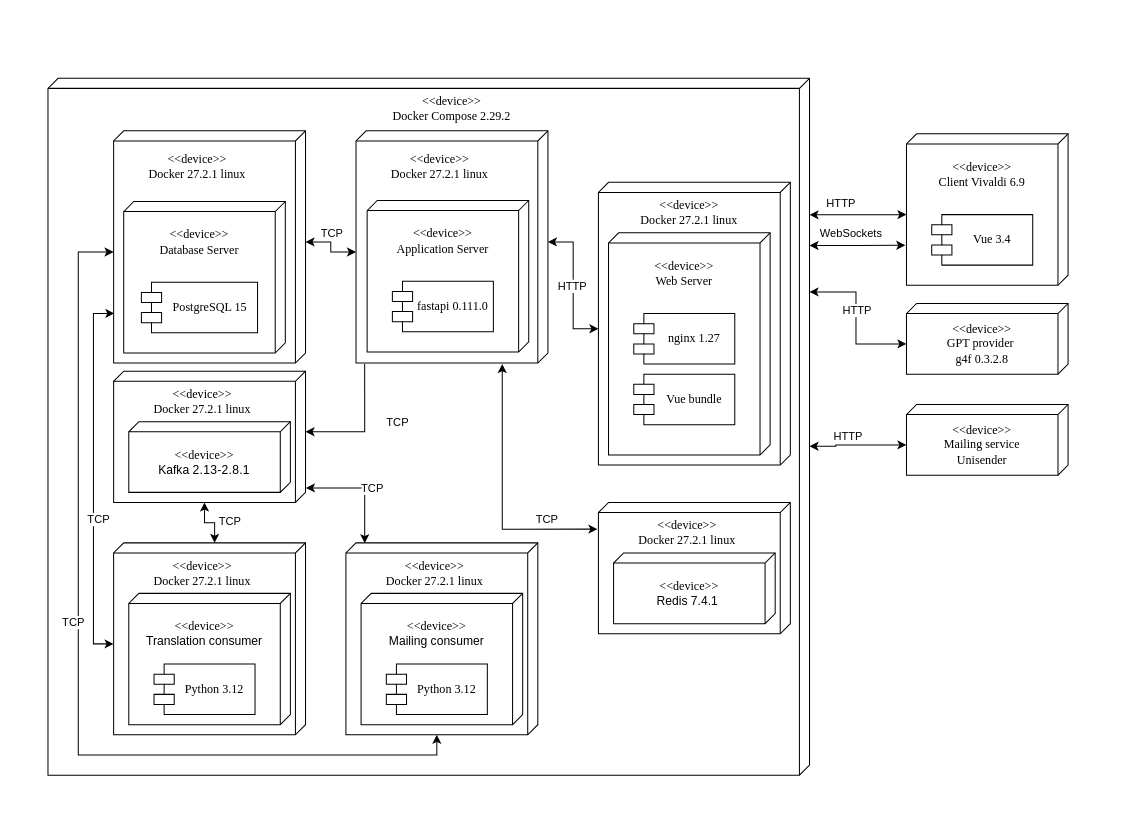
XoJIoDuJIHuK/7-term keeps this draw.io diagram as _curse/docs/architecture.drawio. Above is the earlier version. Source tidied: cells renumbered, new cells numbered last; positions are measured from the earlier drawing's top-left corner, leaving out a move shared by most shapes. Both pictures are drawn from the tidied source at 101%, with x=0, y=0 at pixel (47, 78).
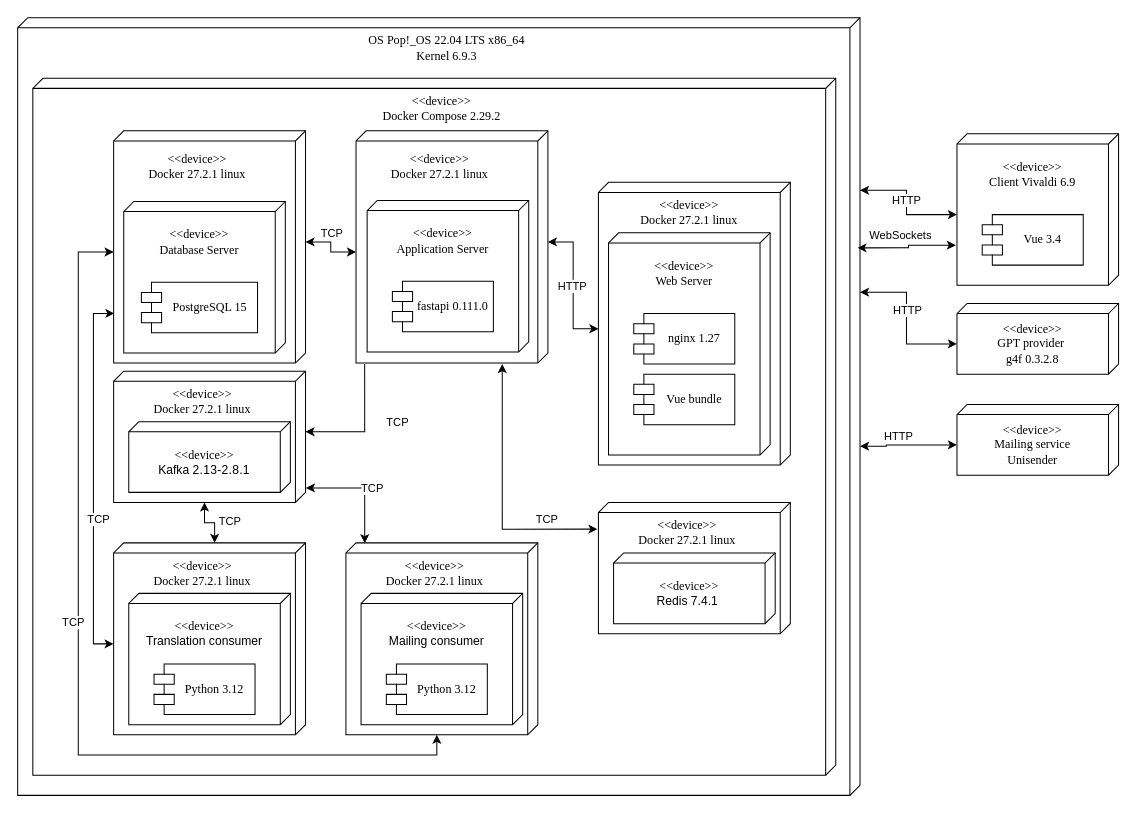
After the change.

Diff of the diagram source:
```diff
@@
     <mxCell id="2" style="verticalAlign=top;align=left;spacingTop=8;spacingLeft=2;spacingRight=12;shape=cube;size=10;direction=south;fontStyle=4;html=1;whiteSpace=wrap;fontFamily=Times New Roman;" parent="1" vertex="1">
-      <mxGeometry width="754" height="690" as="geometry" />
+      <mxGeometry x="-30" y="-60" width="834" height="770" as="geometry" />
     </mxCell>
+    <mxCell id="69" style="verticalAlign=top;align=left;spacingTop=8;spacingLeft=2;spacingRight=12;shape=cube;size=10;direction=south;fontStyle=4;html=1;whiteSpace=wrap;fontFamily=Times New Roman;" parent="1" vertex="1">
+      <mxGeometry x="-15" width="795" height="690" as="geometry" />
+    </mxCell>
@@
     <mxCell id="7" style="verticalAlign=top;align=left;spacingTop=8;spacingLeft=2;spacingRight=12;shape=cube;size=10;direction=south;fontStyle=4;html=1;whiteSpace=wrap;fontFamily=Times New Roman;" parent="1" vertex="1">
-      <mxGeometry x="850" y="55" width="160" height="150" as="geometry" />
+      <mxGeometry x="900" y="55" width="160" height="150" as="geometry" />
     </mxCell>
     <mxCell id="8" value="Vue 3.4" style="shape=module;align=left;spacingLeft=20;align=center;verticalAlign=top;whiteSpace=wrap;html=1;fontFamily=Times New Roman;spacingTop=11;" parent="1" vertex="1">
-      <mxGeometry x="875" y="135" width="100" height="50" as="geometry" />
+      <mxGeometry x="925" y="135" width="100" height="50" as="geometry" />
     </mxCell>
     <mxCell id="9" value="&amp;lt;&amp;lt;device&amp;gt;&amp;gt;&lt;div&gt;Client Vivaldi 6.9&lt;/div&gt;" style="text;html=1;align=center;verticalAlign=middle;whiteSpace=wrap;rounded=0;fontFamily=Times New Roman;" parent="1" vertex="1">
-      <mxGeometry x="865" y="75" width="120" height="40" as="geometry" />
+      <mxGeometry x="915" y="75" width="120" height="40" as="geometry" />
     </mxCell>
@@
     <mxCell id="19" style="verticalAlign=top;align=left;spacingTop=8;spacingLeft=2;spacingRight=12;shape=cube;size=10;direction=south;fontStyle=4;html=1;whiteSpace=wrap;fontFamily=Times New Roman;" parent="1" vertex="1">
-      <mxGeometry x="850" y="223" width="160" height="70" as="geometry" />
+      <mxGeometry x="900" y="223" width="160" height="70" as="geometry" />
     </mxCell>
     <mxCell id="20" value="&amp;lt;&amp;lt;device&amp;gt;&amp;gt;&lt;div&gt;GPT provider&amp;nbsp;&lt;/div&gt;&lt;div&gt;g4f 0.3.2.8&lt;/div&gt;" style="text;html=1;align=center;verticalAlign=middle;whiteSpace=wrap;rounded=0;fontFamily=Times New Roman;" parent="1" vertex="1">
-      <mxGeometry x="865" y="243" width="120" height="40" as="geometry" />
+      <mxGeometry x="915" y="243" width="120" height="40" as="geometry" />
     </mxCell>
@@
-    <mxCell id="30" style="edgeStyle=orthogonalEdgeStyle;rounded=0;jettySize=auto;html=1;exitX=0.196;exitY=0;exitDx=0;exitDy=0;exitPerimeter=0;entryX=0;entryY=0;entryDx=80;entryDy=160;entryPerimeter=0;startArrow=classic;startFill=1;" parent="1" edge="1" source="2" target="7">
+    <mxCell id="30" style="edgeStyle=orthogonalEdgeStyle;rounded=0;jettySize=auto;html=1;exitX=0.222;exitY=0;exitDx=0;exitDy=0;exitPerimeter=0;entryX=0;entryY=0;entryDx=80;entryDy=160;entryPerimeter=0;startArrow=classic;startFill=1;" parent="1" edge="1" source="2" target="7">
       <mxGeometry relative="1" as="geometry">
         <Array as="points">
-          <mxPoint x="780" y="135" />
-          <mxPoint x="780" y="135" />
+          <mxPoint x="850" y="111" />
+          <mxPoint x="850" y="135" />
         </Array>
       </mxGeometry>
     </mxCell>
     <mxCell id="31" value="HTTP" style="edgeLabel;html=1;align=center;verticalAlign=middle;" parent="30" vertex="1">
       <mxGeometry x="-0.36" relative="1" as="geometry">
-        <mxPoint y="-12" as="offset" />
+        <mxPoint x="8" y="10" as="offset" />
       </mxGeometry>
     </mxCell>
-    <mxCell id="32" style="edgeStyle=orthogonalEdgeStyle;rounded=0;jettySize=auto;html=1;entryX=0;entryY=0;entryDx=40;entryDy=160;entryPerimeter=0;startArrow=classic;startFill=1;exitX=0;exitY=0;exitDx=211.5;exitDy=0;exitPerimeter=0;" parent="1" edge="1" source="2" target="19">
+    <mxCell id="32" style="edgeStyle=orthogonalEdgeStyle;rounded=0;jettySize=auto;html=1;entryX=0;entryY=0;entryDx=40;entryDy=160;entryPerimeter=0;startArrow=classic;startFill=1;exitX=0.353;exitY=0;exitDx=0;exitDy=0;exitPerimeter=0;" parent="1" edge="1" source="2" target="19">
       <mxGeometry relative="1" as="geometry">
         <Array as="points">
-          <mxPoint x="800" y="212" />
-          <mxPoint x="800" y="263" />
+          <mxPoint x="850" y="212" />
+          <mxPoint x="850" y="263" />
         </Array>
       </mxGeometry>
     </mxCell>
@@
     <mxCell id="34" style="verticalAlign=top;align=left;spacingTop=8;spacingLeft=2;spacingRight=12;shape=cube;size=10;direction=south;fontStyle=4;html=1;whiteSpace=wrap;fontFamily=Times New Roman;" parent="1" vertex="1">
-      <mxGeometry x="850" y="323" width="160" height="70" as="geometry" />
+      <mxGeometry x="900" y="323" width="160" height="70" as="geometry" />
     </mxCell>
     <mxCell id="35" value="&amp;lt;&amp;lt;device&amp;gt;&amp;gt;&lt;div&gt;Mailing service&lt;/div&gt;&lt;div&gt;Unisender&lt;/div&gt;" style="text;html=1;align=center;verticalAlign=middle;whiteSpace=wrap;rounded=0;fontFamily=Times New Roman;" parent="1" vertex="1">
-      <mxGeometry x="865" y="343" width="120" height="40" as="geometry" />
+      <mxGeometry x="915" y="343" width="120" height="40" as="geometry" />
     </mxCell>
-    <mxCell id="36" style="edgeStyle=orthogonalEdgeStyle;rounded=0;jettySize=auto;html=1;exitX=0.528;exitY=0;exitDx=0;exitDy=0;exitPerimeter=0;entryX=0;entryY=0;entryDx=40;entryDy=160;entryPerimeter=0;startArrow=classic;startFill=1;" parent="1" edge="1" source="2" target="34">
+    <mxCell id="36" style="edgeStyle=orthogonalEdgeStyle;rounded=0;jettySize=auto;html=1;exitX=0.551;exitY=0;exitDx=0;exitDy=0;exitPerimeter=0;entryX=0;entryY=0;entryDx=40;entryDy=160;entryPerimeter=0;startArrow=classic;startFill=1;" parent="1" edge="1" source="2" target="34">
       <mxGeometry relative="1" as="geometry">
         <Array as="points">
-          <mxPoint x="780" y="364" />
-          <mxPoint x="780" y="363" />
+          <mxPoint x="830" y="364" />
+          <mxPoint x="830" y="363" />
         </Array>
       </mxGeometry>
     </mxCell>
@@
-    <mxCell id="42" value="&amp;lt;&amp;lt;device&amp;gt;&amp;gt;&lt;div&gt;Docker Compose 2.29.2&lt;/div&gt;" style="text;html=1;align=center;verticalAlign=middle;whiteSpace=wrap;rounded=0;fontFamily=Times New Roman;" parent="1" vertex="1">
-      <mxGeometry x="340" y="10" width="120" height="40" as="geometry" />
+    <mxCell id="42" value="&lt;div&gt;OS&amp;nbsp;&lt;span style=&quot;background-color: initial;&quot;&gt;Pop!_OS 22.04 LTS x86_64&lt;/span&gt;&lt;/div&gt;&lt;div&gt;&lt;span style=&quot;background-color: initial;&quot;&gt;Kernel 6.9.3&lt;/span&gt;&lt;/div&gt;" style="text;html=1;align=center;verticalAlign=middle;whiteSpace=wrap;rounded=0;fontFamily=Times New Roman;" parent="1" vertex="1">
+      <mxGeometry x="300" y="-50" width="190" height="40" as="geometry" />
     </mxCell>
@@
-    <mxCell id="61" style="edgeStyle=orthogonalEdgeStyle;rounded=0;jettySize=auto;html=1;exitX=0.24;exitY=0;exitDx=0;exitDy=0;exitPerimeter=0;entryX=0.735;entryY=1.007;entryDx=0;entryDy=0;entryPerimeter=0;startArrow=classic;startFill=1;" parent="1" edge="1" source="2" target="7">
+    <mxCell id="61" style="edgeStyle=orthogonalEdgeStyle;rounded=0;jettySize=auto;html=1;exitX=0.296;exitY=0.003;exitDx=0;exitDy=0;exitPerimeter=0;entryX=0.735;entryY=1.007;entryDx=0;entryDy=0;entryPerimeter=0;startArrow=classic;startFill=1;" parent="1" edge="1" source="2" target="7">
       <mxGeometry relative="1" as="geometry" />
     </mxCell>
@@
+    <mxCell id="70" value="&amp;lt;&amp;lt;device&amp;gt;&amp;gt;&lt;div&gt;Docker Compose 2.29.2&lt;/div&gt;" style="text;html=1;align=center;verticalAlign=middle;whiteSpace=wrap;rounded=0;fontFamily=Times New Roman;" parent="1" vertex="1">
+      <mxGeometry x="330" y="10" width="120" height="40" as="geometry" />
+    </mxCell>
```
